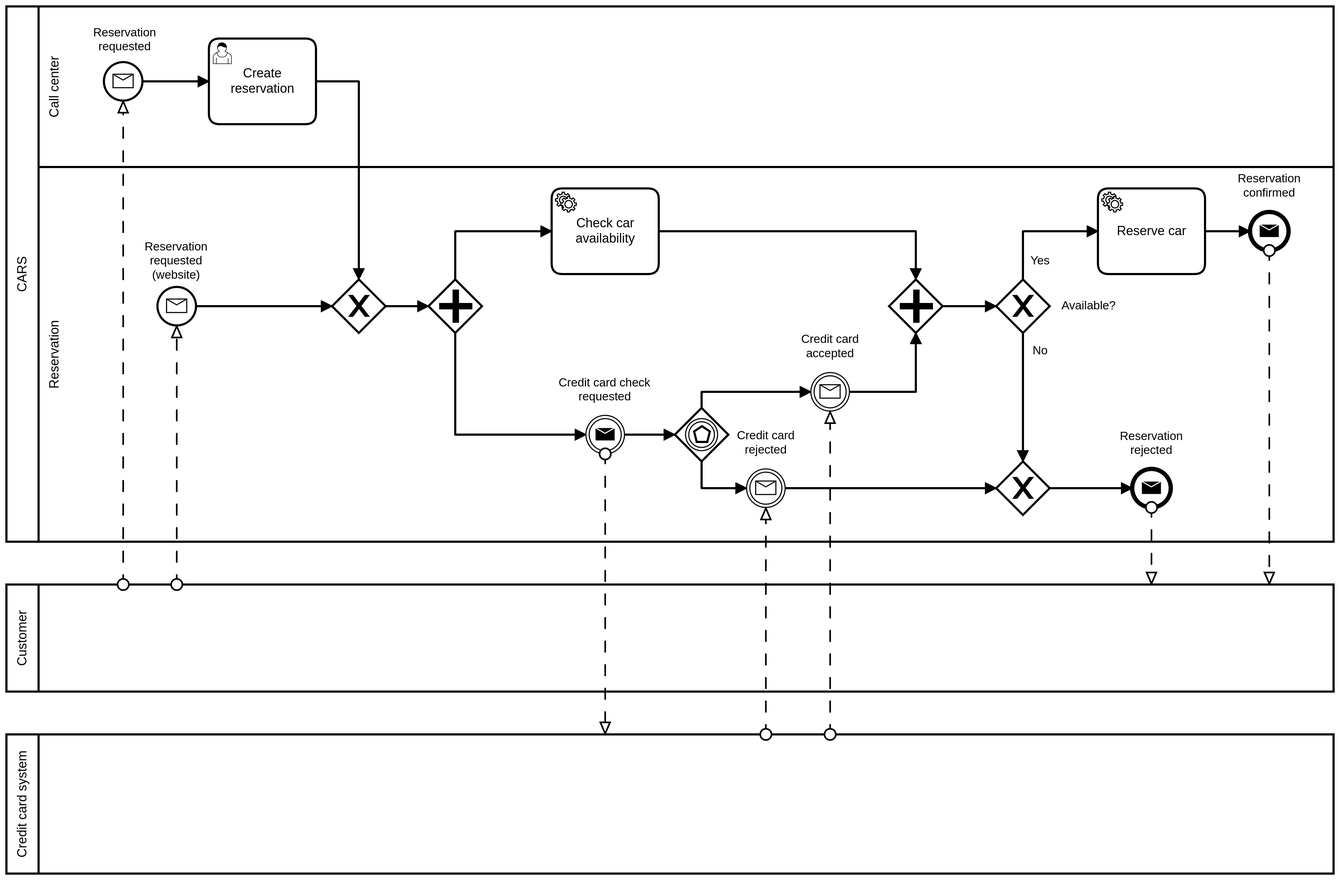
The BPMN diagram car_rental/models/reservation_process.png in franco-ruggeri/polito-information-systems, before a commit. Its source is kept beside it as car_rental/models/reservation_process.bpmn. Ids are renumbered.
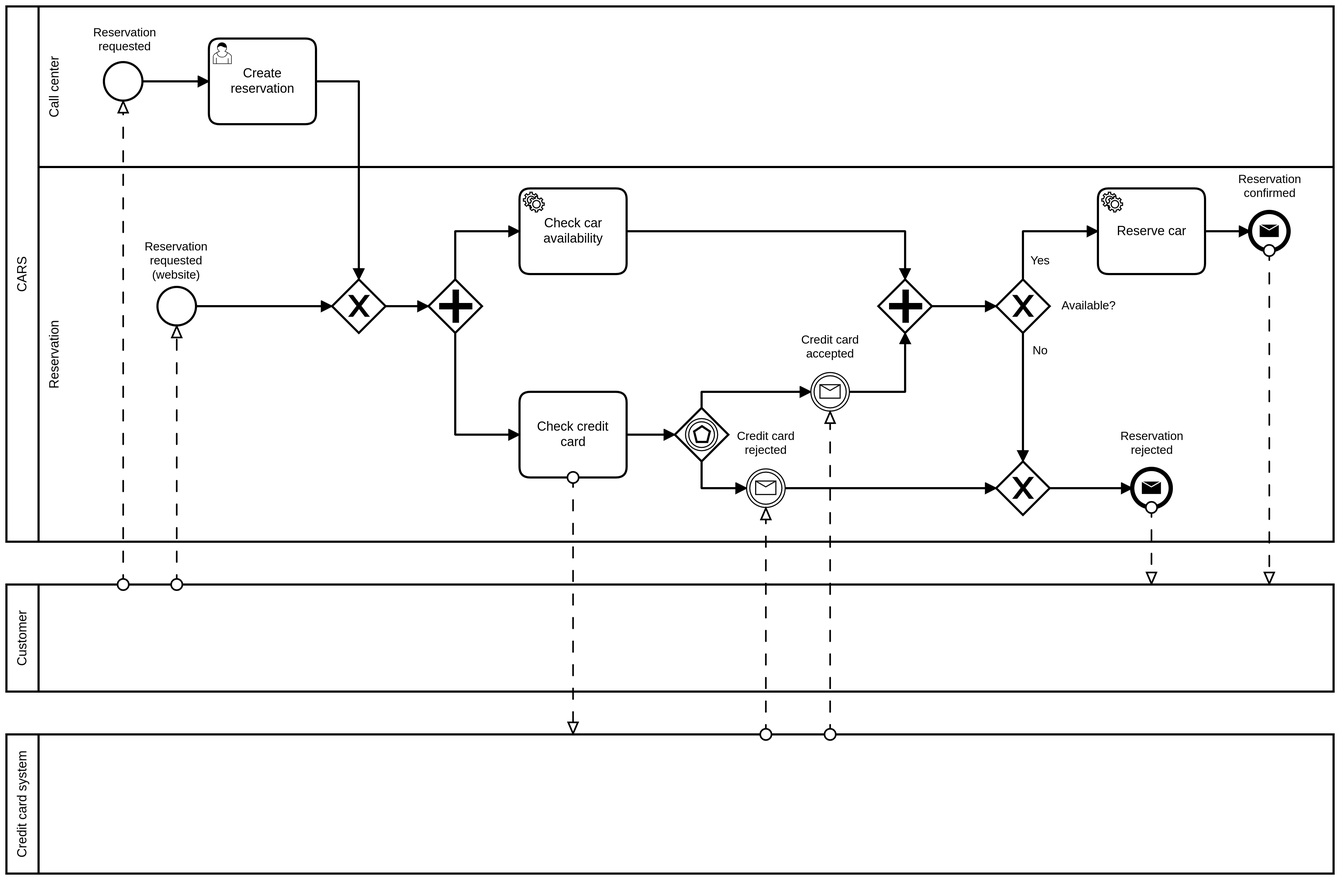
The same file after the commit.

Commit message:
Minor changes in reservation and check-out BPMN

Diff of the diagram source:
```diff
@@ -7,52 +7,42 @@
     <bpmn:messageFlow id="Flow_n10" sourceRef="Participant_n5" targetRef="Event_n11" />
     <bpmn:messageFlow id="Flow_n12" sourceRef="Event_n13" targetRef="Participant_n5" />
     <bpmn:messageFlow id="Flow_n14" sourceRef="Event_n15" targetRef="Participant_n5" />
-    <bpmn:messageFlow id="Flow_n16" sourceRef="Event_n17" targetRef="Participant_n7" />
     <bpmn:messageFlow id="Flow_n18" sourceRef="Participant_n7" targetRef="Event_n19" />
     <bpmn:messageFlow id="Flow_n20" sourceRef="Participant_n7" targetRef="Event_n21" />
+    <bpmn:messageFlow id="Flow_n58" sourceRef="Activity_n59" targetRef="Participant_n7" />
   </bpmn:collaboration>
   <bpmn:process id="Process_n4" isExecutable="true">
     <bpmn:laneSet id="LaneSet_n22">
       <bpmn:lane id="Lane_n23" name="Call center">
+        <bpmn:flowNodeRef>Activity_n24</bpmn:flowNodeRef>
         <bpmn:flowNodeRef>StartEvent_1</bpmn:flowNodeRef>
-        <bpmn:flowNodeRef>Activity_n24</bpmn:flowNodeRef>
       </bpmn:lane>
       <bpmn:lane id="Lane_n25" name="Reservation">
-        <bpmn:flowNodeRef>Event_n11</bpmn:flowNodeRef>
         <bpmn:flowNodeRef>Gateway_n26</bpmn:flowNodeRef>
         <bpmn:flowNodeRef>Gateway_n27</bpmn:flowNodeRef>
-        <bpmn:flowNodeRef>Activity_n28</bpmn:flowNodeRef>
         <bpmn:flowNodeRef>Event_n21</bpmn:flowNodeRef>
         <bpmn:flowNodeRef>Event_n19</bpmn:flowNodeRef>
         <bpmn:flowNodeRef>Gateway_n29</bpmn:flowNodeRef>
         <bpmn:flowNodeRef>Activity_n30</bpmn:flowNodeRef>
         <bpmn:flowNodeRef>Event_n13</bpmn:flowNodeRef>
         <bpmn:flowNodeRef>Event_n15</bpmn:flowNodeRef>
+        <bpmn:flowNodeRef>Gateway_n32</bpmn:flowNodeRef>
+        <bpmn:flowNodeRef>Gateway_n33</bpmn:flowNodeRef>
+        <bpmn:flowNodeRef>Event_n11</bpmn:flowNodeRef>
         <bpmn:flowNodeRef>Gateway_n31</bpmn:flowNodeRef>
-        <bpmn:flowNodeRef>Gateway_n32</bpmn:flowNodeRef>
-        <bpmn:flowNodeRef>Event_n17</bpmn:flowNodeRef>
-        <bpmn:flowNodeRef>Gateway_n33</bpmn:flowNodeRef>
+        <bpmn:flowNodeRef>Activity_n59</bpmn:flowNodeRef>
+        <bpmn:flowNodeRef>Activity_n28</bpmn:flowNodeRef>
       </bpmn:lane>
     </bpmn:laneSet>
-    <bpmn:startEvent id="StartEvent_1" name="Reservation requested">
-      <bpmn:outgoing>Flow_n34</bpmn:outgoing>
-      <bpmn:messageEventDefinition id="MessageEventDefinition_n35" />
-    </bpmn:startEvent>
     <bpmn:sequenceFlow id="Flow_n34" sourceRef="StartEvent_1" targetRef="Activity_n24" />
     <bpmn:sequenceFlow id="Flow_n36" sourceRef="Activity_n24" targetRef="Gateway_n26" />
     <bpmn:sequenceFlow id="Flow_n37" sourceRef="Event_n11" targetRef="Gateway_n26" />
     <bpmn:sequenceFlow id="Flow_n38" sourceRef="Gateway_n26" targetRef="Gateway_n27" />
     <bpmn:sequenceFlow id="Flow_n39" sourceRef="Gateway_n27" targetRef="Activity_n28" />
     <bpmn:sequenceFlow id="Flow_n40" sourceRef="Activity_n28" targetRef="Gateway_n31" />
-    <bpmn:sequenceFlow id="Flow_n41" sourceRef="Gateway_n27" targetRef="Event_n17" />
     <bpmn:sequenceFlow id="Flow_n42" sourceRef="Event_n19" targetRef="Gateway_n31" />
-    <bpmn:sequenceFlow id="Flow_n43" sourceRef="Event_n17" targetRef="Gateway_n33" />
     <bpmn:sequenceFlow id="Flow_n44" sourceRef="Gateway_n33" targetRef="Event_n19" />
     <bpmn:sequenceFlow id="Flow_n45" sourceRef="Gateway_n33" targetRef="Event_n21" />
-    <bpmn:startEvent id="Event_n11" name="Reservation requested (website)">
-      <bpmn:outgoing>Flow_n37</bpmn:outgoing>
-      <bpmn:messageEventDefinition id="MessageEventDefinition_n46" />
-    </bpmn:startEvent>
     <bpmn:userTask id="Activity_n24" name="Create reservation">
       <bpmn:incoming>Flow_n34</bpmn:incoming>
       <bpmn:outgoing>Flow_n36</bpmn:outgoing>
@@ -65,12 +55,8 @@
     <bpmn:parallelGateway id="Gateway_n27">
       <bpmn:incoming>Flow_n38</bpmn:incoming>
       <bpmn:outgoing>Flow_n39</bpmn:outgoing>
-      <bpmn:outgoing>Flow_n41</bpmn:outgoing>
+      <bpmn:outgoing>Flow_n60</bpmn:outgoing>
     </bpmn:parallelGateway>
-    <bpmn:serviceTask id="Activity_n28" name="Check car availability">
-      <bpmn:incoming>Flow_n39</bpmn:incoming>
-      <bpmn:outgoing>Flow_n40</bpmn:outgoing>
-    </bpmn:serviceTask>
     <bpmn:sequenceFlow id="Flow_n47" sourceRef="Event_n21" targetRef="Gateway_n32" />
     <bpmn:intermediateCatchEvent id="Event_n21" name="Credit card rejected">
       <bpmn:incoming>Flow_n45</bpmn:incoming>
@@ -99,11 +85,6 @@
       <bpmn:incoming>Flow_n53</bpmn:incoming>
       <bpmn:messageEventDefinition id="MessageEventDefinition_n56" />
     </bpmn:endEvent>
-    <bpmn:parallelGateway id="Gateway_n31">
-      <bpmn:incoming>Flow_n40</bpmn:incoming>
-      <bpmn:incoming>Flow_n42</bpmn:incoming>
-      <bpmn:outgoing>Flow_n50</bpmn:outgoing>
-    </bpmn:parallelGateway>
     <bpmn:exclusiveGateway id="Gateway_n32">
       <bpmn:incoming>Flow_n51</bpmn:incoming>
       <bpmn:incoming>Flow_n47</bpmn:incoming>
@@ -114,16 +95,32 @@
     <bpmn:sequenceFlow id="Flow_n52" name="Yes" sourceRef="Gateway_n29" targetRef="Activity_n30" />
     <bpmn:sequenceFlow id="Flow_n53" sourceRef="Activity_n30" targetRef="Event_n15" />
     <bpmn:sequenceFlow id="Flow_n54" sourceRef="Gateway_n32" targetRef="Event_n13" />
-    <bpmn:intermediateThrowEvent id="Event_n17" name="Credit card check requested">
-      <bpmn:incoming>Flow_n41</bpmn:incoming>
-      <bpmn:outgoing>Flow_n43</bpmn:outgoing>
-      <bpmn:messageEventDefinition id="MessageEventDefinition_n57" />
-    </bpmn:intermediateThrowEvent>
     <bpmn:eventBasedGateway id="Gateway_n33">
-      <bpmn:incoming>Flow_n43</bpmn:incoming>
+      <bpmn:incoming>Flow_n61</bpmn:incoming>
       <bpmn:outgoing>Flow_n44</bpmn:outgoing>
       <bpmn:outgoing>Flow_n45</bpmn:outgoing>
     </bpmn:eventBasedGateway>
+    <bpmn:startEvent id="Event_n11" name="Reservation requested (website)">
+      <bpmn:outgoing>Flow_n37</bpmn:outgoing>
+    </bpmn:startEvent>
+    <bpmn:startEvent id="StartEvent_1" name="Reservation requested">
+      <bpmn:outgoing>Flow_n34</bpmn:outgoing>
+    </bpmn:startEvent>
+    <bpmn:sequenceFlow id="Flow_n60" sourceRef="Gateway_n27" targetRef="Activity_n59" />
+    <bpmn:sequenceFlow id="Flow_n61" sourceRef="Activity_n59" targetRef="Gateway_n33" />
+    <bpmn:parallelGateway id="Gateway_n31">
+      <bpmn:incoming>Flow_n40</bpmn:incoming>
+      <bpmn:incoming>Flow_n42</bpmn:incoming>
+      <bpmn:outgoing>Flow_n50</bpmn:outgoing>
+    </bpmn:parallelGateway>
+    <bpmn:task id="Activity_n59" name="Check credit card">
+      <bpmn:incoming>Flow_n60</bpmn:incoming>
+      <bpmn:outgoing>Flow_n61</bpmn:outgoing>
+    </bpmn:task>
+    <bpmn:serviceTask id="Activity_n28" name="Check car availability">
+      <bpmn:incoming>Flow_n39</bpmn:incoming>
+      <bpmn:outgoing>Flow_n40</bpmn:outgoing>
+    </bpmn:serviceTask>
   </bpmn:process>
   <bpmn:process id="Process_n6" isExecutable="false" />
   <bpmn:process id="Process_n8" isExecutable="false" />
@@ -138,71 +135,13 @@
       <bpmndi:BPMNShape id="Lane_n23_di" bpmnElement="Lane_n23" isHorizontal="true">
         <dc:Bounds x="151" y="80" width="1209" height="150" />
       </bpmndi:BPMNShape>
-      <bpmndi:BPMNEdge id="Flow_n34_di" bpmnElement="Flow_n34">
-        <di:waypoint x="248" y="150" />
-        <di:waypoint x="310" y="150" />
+      <bpmndi:BPMNEdge id="Flow_n54_di" bpmnElement="Flow_n54">
+        <di:waypoint x="1095" y="530" />
+        <di:waypoint x="1172" y="530" />
       </bpmndi:BPMNEdge>
-      <bpmndi:BPMNEdge id="Flow_n36_di" bpmnElement="Flow_n36">
-        <di:waypoint x="410" y="150" />
-        <di:waypoint x="450" y="150" />
-        <di:waypoint x="450" y="335" />
-      </bpmndi:BPMNEdge>
-      <bpmndi:BPMNEdge id="Flow_n37_di" bpmnElement="Flow_n37">
-        <di:waypoint x="298" y="360" />
-        <di:waypoint x="425" y="360" />
-      </bpmndi:BPMNEdge>
-      <bpmndi:BPMNEdge id="Flow_n38_di" bpmnElement="Flow_n38">
-        <di:waypoint x="475" y="360" />
-        <di:waypoint x="515" y="360" />
-      </bpmndi:BPMNEdge>
-      <bpmndi:BPMNEdge id="Flow_n39_di" bpmnElement="Flow_n39">
-        <di:waypoint x="540" y="335" />
-        <di:waypoint x="540" y="290" />
-        <di:waypoint x="630" y="290" />
-      </bpmndi:BPMNEdge>
-      <bpmndi:BPMNEdge id="Flow_n40_di" bpmnElement="Flow_n40">
-        <di:waypoint x="730" y="290" />
-        <di:waypoint x="970" y="290" />
-        <di:waypoint x="970" y="335" />
-      </bpmndi:BPMNEdge>
-      <bpmndi:BPMNEdge id="Flow_n41_di" bpmnElement="Flow_n41">
-        <di:waypoint x="540" y="385" />
-        <di:waypoint x="540" y="480" />
-        <di:waypoint x="662" y="480" />
-      </bpmndi:BPMNEdge>
-      <bpmndi:BPMNEdge id="Flow_n42_di" bpmnElement="Flow_n42">
-        <di:waypoint x="908" y="440" />
-        <di:waypoint x="970" y="440" />
-        <di:waypoint x="970" y="385" />
-      </bpmndi:BPMNEdge>
-      <bpmndi:BPMNEdge id="Flow_n43_di" bpmnElement="Flow_n43">
-        <di:waypoint x="698" y="480" />
-        <di:waypoint x="745" y="480" />
-      </bpmndi:BPMNEdge>
-      <bpmndi:BPMNEdge id="Flow_n44_di" bpmnElement="Flow_n44">
-        <di:waypoint x="770" y="455" />
-        <di:waypoint x="770" y="440" />
-        <di:waypoint x="872" y="440" />
-      </bpmndi:BPMNEdge>
-      <bpmndi:BPMNEdge id="Flow_n45_di" bpmnElement="Flow_n45">
-        <di:waypoint x="770" y="505" />
-        <di:waypoint x="770" y="530" />
-        <di:waypoint x="812" y="530" />
-      </bpmndi:BPMNEdge>
-      <bpmndi:BPMNEdge id="Flow_n47_di" bpmnElement="Flow_n47">
-        <di:waypoint x="848" y="530" />
-        <di:waypoint x="1045" y="530" />
-      </bpmndi:BPMNEdge>
-      <bpmndi:BPMNEdge id="Flow_n50_di" bpmnElement="Flow_n50">
-        <di:waypoint x="995" y="360" />
-        <di:waypoint x="1045" y="360" />
-      </bpmndi:BPMNEdge>
-      <bpmndi:BPMNEdge id="Flow_n51_di" bpmnElement="Flow_n51">
-        <di:waypoint x="1070" y="385" />
-        <di:waypoint x="1070" y="505" />
-        <bpmndi:BPMNLabel>
-          <dc:Bounds x="1079" y="395" width="15" height="14" />
-        </bpmndi:BPMNLabel>
+      <bpmndi:BPMNEdge id="Flow_n53_di" bpmnElement="Flow_n53">
+        <di:waypoint x="1240" y="290" />
+        <di:waypoint x="1282" y="290" />
       </bpmndi:BPMNEdge>
       <bpmndi:BPMNEdge id="Flow_n52_di" bpmnElement="Flow_n52">
         <di:waypoint x="1070" y="335" />
@@ -212,26 +151,72 @@
           <dc:Bounds x="1077" y="311" width="19" height="14" />
         </bpmndi:BPMNLabel>
       </bpmndi:BPMNEdge>
-      <bpmndi:BPMNEdge id="Flow_n53_di" bpmnElement="Flow_n53">
-        <di:waypoint x="1240" y="290" />
-        <di:waypoint x="1282" y="290" />
+      <bpmndi:BPMNEdge id="Flow_n51_di" bpmnElement="Flow_n51">
+        <di:waypoint x="1070" y="385" />
+        <di:waypoint x="1070" y="505" />
+        <bpmndi:BPMNLabel>
+          <dc:Bounds x="1079" y="395" width="15" height="14" />
+        </bpmndi:BPMNLabel>
       </bpmndi:BPMNEdge>
-      <bpmndi:BPMNEdge id="Flow_n54_di" bpmnElement="Flow_n54">
-        <di:waypoint x="1095" y="530" />
-        <di:waypoint x="1172" y="530" />
+      <bpmndi:BPMNEdge id="Flow_n50_di" bpmnElement="Flow_n50">
+        <di:waypoint x="985" y="360" />
+        <di:waypoint x="1045" y="360" />
       </bpmndi:BPMNEdge>
-      <bpmndi:BPMNShape id="Event_0k61id4_di" bpmnElement="StartEvent_1">
-        <dc:Bounds x="212" y="132" width="36" height="36" />
-        <bpmndi:BPMNLabel>
-          <dc:Bounds x="202" y="98" width="59" height="27" />
-        </bpmndi:BPMNLabel>
-      </bpmndi:BPMNShape>
-      <bpmndi:BPMNShape id="Event_118xqnq_di" bpmnElement="Event_n11">
-        <dc:Bounds x="262" y="342" width="36" height="36" />
-        <bpmndi:BPMNLabel>
-          <dc:Bounds x="250" y="298" width="59" height="40" />
-        </bpmndi:BPMNLabel>
-      </bpmndi:BPMNShape>
+      <bpmndi:BPMNEdge id="Flow_n47_di" bpmnElement="Flow_n47">
+        <di:waypoint x="848" y="530" />
+        <di:waypoint x="1045" y="530" />
+      </bpmndi:BPMNEdge>
+      <bpmndi:BPMNEdge id="Flow_n45_di" bpmnElement="Flow_n45">
+        <di:waypoint x="770" y="505" />
+        <di:waypoint x="770" y="530" />
+        <di:waypoint x="812" y="530" />
+      </bpmndi:BPMNEdge>
+      <bpmndi:BPMNEdge id="Flow_n44_di" bpmnElement="Flow_n44">
+        <di:waypoint x="770" y="455" />
+        <di:waypoint x="770" y="440" />
+        <di:waypoint x="872" y="440" />
+      </bpmndi:BPMNEdge>
+      <bpmndi:BPMNEdge id="Flow_n42_di" bpmnElement="Flow_n42">
+        <di:waypoint x="908" y="440" />
+        <di:waypoint x="960" y="440" />
+        <di:waypoint x="960" y="385" />
+      </bpmndi:BPMNEdge>
+      <bpmndi:BPMNEdge id="Flow_n40_di" bpmnElement="Flow_n40">
+        <di:waypoint x="700" y="290" />
+        <di:waypoint x="960" y="290" />
+        <di:waypoint x="960" y="335" />
+      </bpmndi:BPMNEdge>
+      <bpmndi:BPMNEdge id="Flow_n39_di" bpmnElement="Flow_n39">
+        <di:waypoint x="540" y="335" />
+        <di:waypoint x="540" y="290" />
+        <di:waypoint x="600" y="290" />
+      </bpmndi:BPMNEdge>
+      <bpmndi:BPMNEdge id="Flow_n38_di" bpmnElement="Flow_n38">
+        <di:waypoint x="475" y="360" />
+        <di:waypoint x="515" y="360" />
+      </bpmndi:BPMNEdge>
+      <bpmndi:BPMNEdge id="Flow_n37_di" bpmnElement="Flow_n37">
+        <di:waypoint x="298" y="360" />
+        <di:waypoint x="425" y="360" />
+      </bpmndi:BPMNEdge>
+      <bpmndi:BPMNEdge id="Flow_n36_di" bpmnElement="Flow_n36">
+        <di:waypoint x="410" y="150" />
+        <di:waypoint x="450" y="150" />
+        <di:waypoint x="450" y="335" />
+      </bpmndi:BPMNEdge>
+      <bpmndi:BPMNEdge id="Flow_n34_di" bpmnElement="Flow_n34">
+        <di:waypoint x="248" y="150" />
+        <di:waypoint x="310" y="150" />
+      </bpmndi:BPMNEdge>
+      <bpmndi:BPMNEdge id="Flow_n60_di" bpmnElement="Flow_n60">
+        <di:waypoint x="540" y="385" />
+        <di:waypoint x="540" y="480" />
+        <di:waypoint x="600" y="480" />
+      </bpmndi:BPMNEdge>
+      <bpmndi:BPMNEdge id="Flow_n61_di" bpmnElement="Flow_n61">
+        <di:waypoint x="700" y="480" />
+        <di:waypoint x="745" y="480" />
+      </bpmndi:BPMNEdge>
       <bpmndi:BPMNShape id="Activity_082cy1y_di" bpmnElement="Activity_n24">
         <dc:Bounds x="310" y="110" width="100" height="80" />
       </bpmndi:BPMNShape>
@@ -240,9 +225,6 @@
       </bpmndi:BPMNShape>
       <bpmndi:BPMNShape id="Gateway_17oste3_di" bpmnElement="Gateway_n27">
         <dc:Bounds x="515" y="335" width="50" height="50" />
-      </bpmndi:BPMNShape>
-      <bpmndi:BPMNShape id="Activity_1927os1_di" bpmnElement="Activity_n28">
-        <dc:Bounds x="630" y="250" width="100" height="80" />
       </bpmndi:BPMNShape>
       <bpmndi:BPMNShape id="Event_n21_di" bpmnElement="Event_n21">
         <dc:Bounds x="812" y="512" width="36" height="36" />
@@ -277,20 +259,32 @@
           <dc:Bounds x="1270.5" y="234.5" width="59" height="27" />
         </bpmndi:BPMNLabel>
       </bpmndi:BPMNShape>
-      <bpmndi:BPMNShape id="Gateway_n31_di" bpmnElement="Gateway_n31">
-        <dc:Bounds x="945" y="335" width="50" height="50" />
-      </bpmndi:BPMNShape>
       <bpmndi:BPMNShape id="Gateway_n32_di" bpmnElement="Gateway_n32" isMarkerVisible="true">
         <dc:Bounds x="1045" y="505" width="50" height="50" />
       </bpmndi:BPMNShape>
-      <bpmndi:BPMNShape id="Event_0xwfffz_di" bpmnElement="Event_n17">
-        <dc:Bounds x="662" y="462" width="36" height="36" />
+      <bpmndi:BPMNShape id="Gateway_1xvrmgd_di" bpmnElement="Gateway_n33">
+        <dc:Bounds x="745" y="455" width="50" height="50" />
+      </bpmndi:BPMNShape>
+      <bpmndi:BPMNShape id="Event_0c0r4jg_di" bpmnElement="Event_n11">
+        <dc:Bounds x="262" y="342" width="36" height="36" />
         <bpmndi:BPMNLabel>
-          <dc:Bounds x="636.5" y="425" width="87" height="27" />
+          <dc:Bounds x="250" y="298" width="59" height="40" />
         </bpmndi:BPMNLabel>
       </bpmndi:BPMNShape>
-      <bpmndi:BPMNShape id="Gateway_1xvrmgd_di" bpmnElement="Gateway_n33">
-        <dc:Bounds x="745" y="455" width="50" height="50" />
+      <bpmndi:BPMNShape id="Event_086gqml_di" bpmnElement="StartEvent_1">
+        <dc:Bounds x="212" y="132" width="36" height="36" />
+        <bpmndi:BPMNLabel>
+          <dc:Bounds x="202" y="98" width="59" height="27" />
+        </bpmndi:BPMNLabel>
+      </bpmndi:BPMNShape>
+      <bpmndi:BPMNShape id="Gateway_n31_di" bpmnElement="Gateway_n31">
+        <dc:Bounds x="935" y="335" width="50" height="50" />
+      </bpmndi:BPMNShape>
+      <bpmndi:BPMNShape id="Activity_n59_di" bpmnElement="Activity_n59">
+        <dc:Bounds x="600" y="440" width="100" height="80" />
+      </bpmndi:BPMNShape>
+      <bpmndi:BPMNShape id="Activity_1927os1_di" bpmnElement="Activity_n28">
+        <dc:Bounds x="600" y="250" width="100" height="80" />
       </bpmndi:BPMNShape>
       <bpmndi:BPMNShape id="Participant_n5_di" bpmnElement="Participant_n5" isHorizontal="true">
         <dc:Bounds x="121" y="620" width="1239" height="100" />
@@ -314,10 +308,6 @@
         <di:waypoint x="1300" y="308" />
         <di:waypoint x="1300" y="620" />
       </bpmndi:BPMNEdge>
-      <bpmndi:BPMNEdge id="Flow_n16_di" bpmnElement="Flow_n16">
-        <di:waypoint x="680" y="498" />
-        <di:waypoint x="680" y="760" />
-      </bpmndi:BPMNEdge>
       <bpmndi:BPMNEdge id="Flow_n18_di" bpmnElement="Flow_n18">
         <di:waypoint x="890" y="760" />
         <di:waypoint x="890" y="458" />
@@ -326,6 +316,10 @@
         <di:waypoint x="830" y="760" />
         <di:waypoint x="830" y="548" />
       </bpmndi:BPMNEdge>
+      <bpmndi:BPMNEdge id="Flow_n58_di" bpmnElement="Flow_n58">
+        <di:waypoint x="650" y="520" />
+        <di:waypoint x="650" y="760" />
+      </bpmndi:BPMNEdge>
     </bpmndi:BPMNPlane>
   </bpmndi:BPMNDiagram>
 </bpmn:definitions>
```
